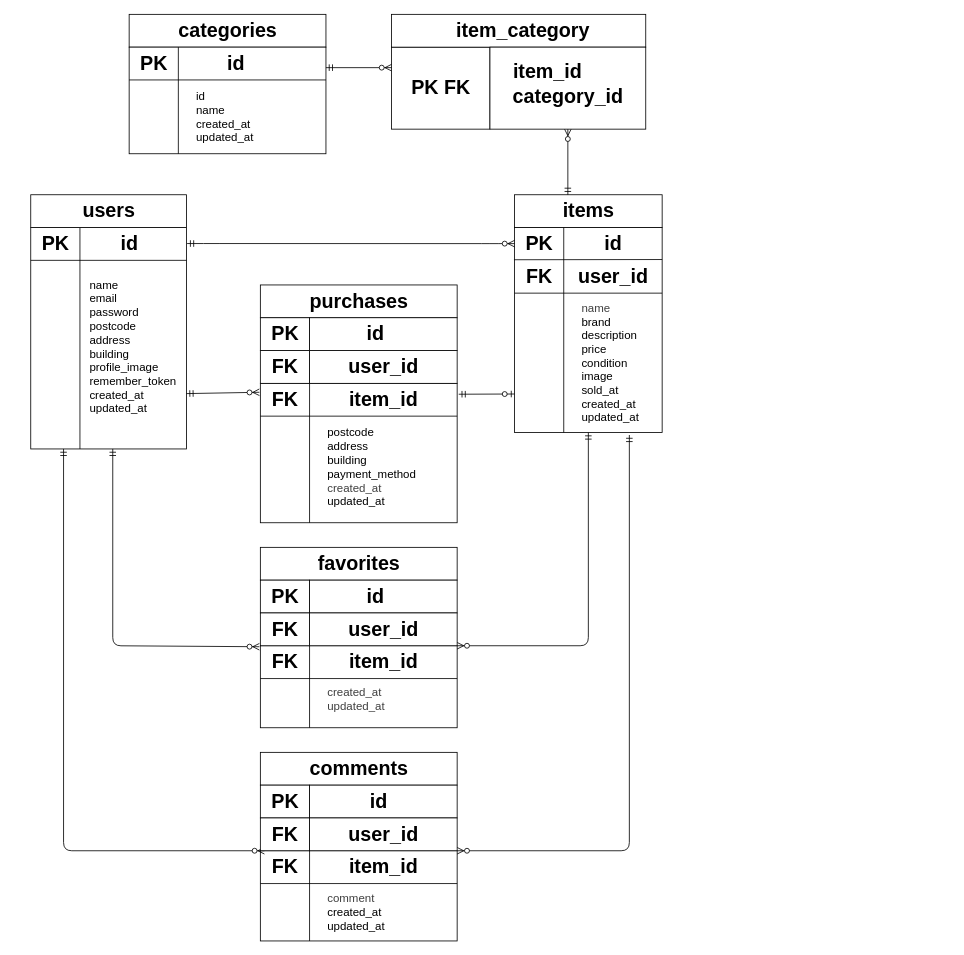
This is page "ER図" (2 of 2) of er.drawio from Ayumi1809/flea-market-app, a draw.io file, before an edit. Source tidied: cells renumbered, new cells numbered last; positions are measured from the earlier drawing's top-left corner, leaving out a move shared by most shapes. Both pictures are drawn from the tidied source at 82%, with x=0, y=0 at pixel (14, 14).
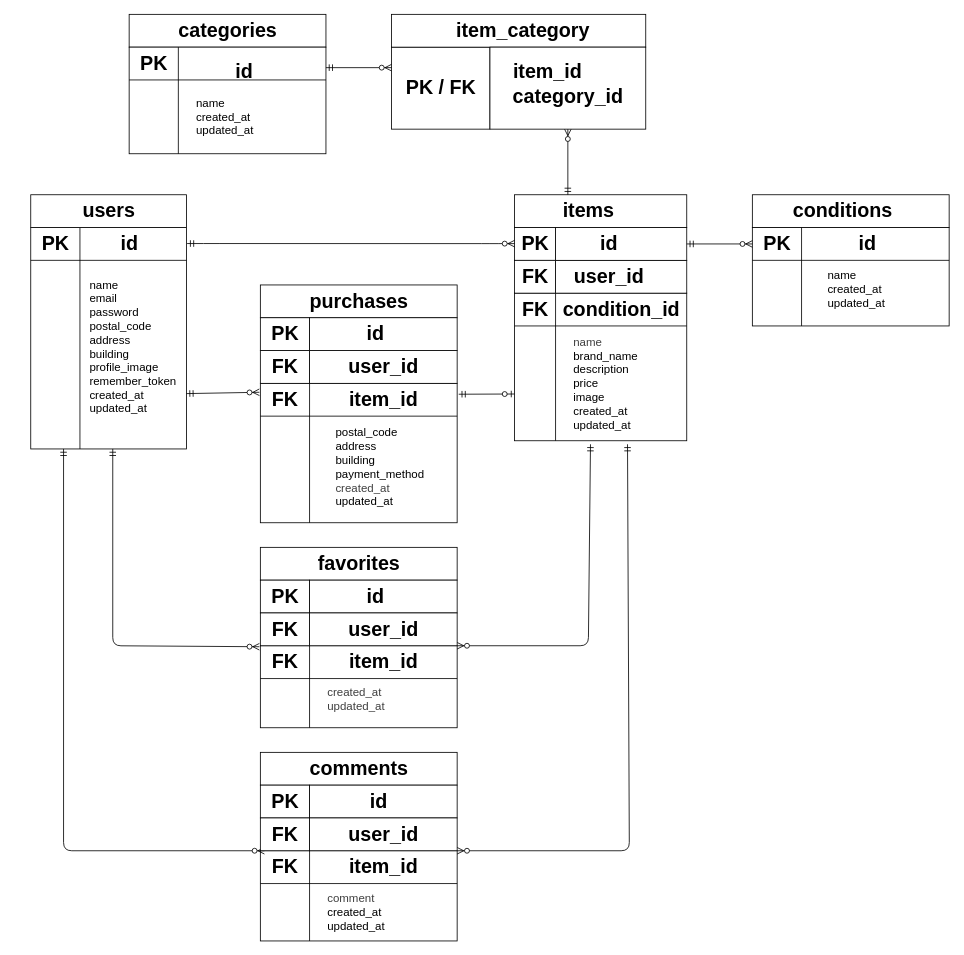
After the change.

The change refers to these unchanged cells:
```xml
<mxCell id="8" style="shape=internalStorage;whiteSpace=wrap;html=1;backgroundOutline=1;dx=60;dy=40;" parent="1" vertex="1">
  <mxGeometry x="300" y="1020" width="240" height="110" as="geometry" />
</mxCell>
<mxCell id="9" style="shape=internalStorage;whiteSpace=wrap;html=1;backgroundOutline=1;dx=60;dy=40;" parent="1" vertex="1">
  <mxGeometry x="300" y="770" width="240" height="100" as="geometry" />
</mxCell>
<mxCell id="11" style="shape=internalStorage;whiteSpace=wrap;html=1;backgroundOutline=1;dx=60;dy=40;" parent="1" vertex="1">
  <mxGeometry x="300" y="450" width="240" height="170" as="geometry" />
</mxCell>
```

Change to the diagram source:
```diff
@@
     <mxCell id="12" style="rounded=0;whiteSpace=wrap;html=1;" parent="1" vertex="1">
-      <mxGeometry x="610" y="220" width="180" height="40" as="geometry" />
+      <mxGeometry x="610" y="220" width="210" height="40" as="geometry" />
     </mxCell>
-    <mxCell id="13" style="shape=internalStorage;whiteSpace=wrap;html=1;backgroundOutline=1;dx=60;dy=80;" parent="1" vertex="1">
-      <mxGeometry x="610" y="260" width="180" height="250" as="geometry" />
+    <mxCell id="13" style="shape=internalStorage;whiteSpace=wrap;html=1;backgroundOutline=1;dx=50;dy=40;" parent="1" vertex="1">
+      <mxGeometry x="610" y="340" width="210" height="180" as="geometry" />
     </mxCell>
@@
-    <mxCell id="21" value="id" style="text;strokeColor=none;fillColor=none;html=1;fontSize=24;fontStyle=1;verticalAlign=middle;align=center;" parent="1" vertex="1">
-      <mxGeometry x="680" y="260" width="100" height="40" as="geometry" />
-    </mxCell>
@@
-    <mxCell id="23" value="id" style="text;strokeColor=none;fillColor=none;html=1;fontSize=24;fontStyle=1;verticalAlign=middle;align=center;" parent="1" vertex="1">
-      <mxGeometry x="220" y="40" width="100" height="40" as="geometry" />
-    </mxCell>
-    <mxCell id="24" value="&lt;div&gt;&lt;font style=&quot;font-size: 14px;&quot;&gt;name&lt;/font&gt;&lt;/div&gt;&lt;div&gt;&lt;font style=&quot;font-size: 14px;&quot;&gt;email&lt;/font&gt;&lt;/div&gt;&lt;div&gt;&lt;font style=&quot;font-size: 14px;&quot;&gt;password&lt;/font&gt;&lt;/div&gt;&lt;div&gt;&lt;font style=&quot;font-size: 14px;&quot;&gt;postcode&lt;/font&gt;&lt;/div&gt;&lt;div&gt;&lt;font style=&quot;font-size: 14px;&quot;&gt;address&lt;/font&gt;&lt;/div&gt;&lt;div&gt;&lt;font style=&quot;font-size: 14px;&quot;&gt;building&lt;/font&gt;&lt;/div&gt;&lt;div&gt;&lt;font style=&quot;font-size: 14px;&quot;&gt;profile_image&lt;/font&gt;&lt;/div&gt;&lt;div&gt;&lt;font style=&quot;font-size: 14px;&quot;&gt;remember_token&lt;/font&gt;&lt;/div&gt;&lt;div&gt;&lt;font style=&quot;font-size: 14px;&quot;&gt;created_at&lt;/font&gt;&lt;/div&gt;&lt;div&gt;&lt;font style=&quot;font-size: 14px;&quot;&gt;updated_at&lt;/font&gt;&lt;/div&gt;" style="text;html=1;align=left;verticalAlign=middle;whiteSpace=wrap;rounded=0;" parent="1" vertex="1">
+    <mxCell id="24" value="&lt;div&gt;&lt;font style=&quot;font-size: 14px;&quot;&gt;name&lt;/font&gt;&lt;/div&gt;&lt;div&gt;&lt;font style=&quot;font-size: 14px;&quot;&gt;email&lt;/font&gt;&lt;/div&gt;&lt;div&gt;&lt;font style=&quot;font-size: 14px;&quot;&gt;password&lt;/font&gt;&lt;/div&gt;&lt;div&gt;&lt;font style=&quot;font-size: 14px;&quot;&gt;postal_code&lt;/font&gt;&lt;/div&gt;&lt;div&gt;&lt;font style=&quot;font-size: 14px;&quot;&gt;address&lt;/font&gt;&lt;/div&gt;&lt;div&gt;&lt;font style=&quot;font-size: 14px;&quot;&gt;building&lt;/font&gt;&lt;/div&gt;&lt;div&gt;&lt;font style=&quot;font-size: 14px;&quot;&gt;profile_image&lt;/font&gt;&lt;/div&gt;&lt;div&gt;&lt;font style=&quot;font-size: 14px;&quot;&gt;remember_token&lt;/font&gt;&lt;/div&gt;&lt;div&gt;&lt;font style=&quot;font-size: 14px;&quot;&gt;created_at&lt;/font&gt;&lt;/div&gt;&lt;div&gt;&lt;font style=&quot;font-size: 14px;&quot;&gt;updated_at&lt;/font&gt;&lt;/div&gt;" style="text;html=1;align=left;verticalAlign=middle;whiteSpace=wrap;rounded=0;" parent="1" vertex="1">
       <mxGeometry x="90" y="390" width="60" height="30" as="geometry" />
     </mxCell>
-    <mxCell id="25" value="PK" style="text;strokeColor=none;fillColor=none;html=1;fontSize=24;fontStyle=1;verticalAlign=middle;align=center;" parent="1" vertex="1">
-      <mxGeometry x="590" y="260" width="100" height="40" as="geometry" />
-    </mxCell>
-    <mxCell id="26" value="&lt;div&gt;&lt;span style=&quot;color: rgb(63, 63, 63); background-color: transparent;&quot;&gt;name&lt;/span&gt;&lt;/div&gt;&lt;div&gt;brand&lt;/div&gt;&lt;div&gt;description&lt;/div&gt;&lt;div&gt;price&lt;/div&gt;&lt;div&gt;condition&lt;/div&gt;&lt;div&gt;image&lt;/div&gt;&lt;div&gt;sold_at&lt;/div&gt;&lt;div&gt;created_at&lt;/div&gt;&lt;div&gt;updated_at&lt;/div&gt;" style="text;html=1;align=left;verticalAlign=middle;whiteSpace=wrap;rounded=0;fontSize=14;" parent="1" vertex="1">
-      <mxGeometry x="690" y="410" width="60" height="30" as="geometry" />
+    <mxCell id="26" value="&lt;div&gt;&lt;span style=&quot;color: rgb(63, 63, 63); background-color: transparent;&quot;&gt;name&lt;/span&gt;&lt;/div&gt;&lt;div&gt;brand_name&lt;/div&gt;&lt;div&gt;description&lt;/div&gt;&lt;div&gt;price&lt;/div&gt;&lt;div&gt;image&lt;/div&gt;&lt;div&gt;created_at&lt;/div&gt;&lt;div&gt;updated_at&lt;/div&gt;" style="text;html=1;align=left;verticalAlign=middle;whiteSpace=wrap;rounded=0;fontSize=14;" parent="1" vertex="1">
+      <mxGeometry x="680" y="435" width="60" height="30" as="geometry" />
     </mxCell>
@@
-    <mxCell id="30" style="edgeStyle=entityRelationEdgeStyle;fontSize=12;html=1;endArrow=ERzeroToMany;startArrow=ERmandOne;exitX=1;exitY=0.296;exitDx=0;exitDy=0;exitPerimeter=0;entryX=-0.004;entryY=0.32;entryDx=0;entryDy=0;entryPerimeter=0;" parent="1" edge="1">
-      <mxGeometry relative="1" as="geometry">
-        <mxPoint x="210.7" y="279.5" as="sourcePoint" />
-        <mxPoint x="610" y="279.6" as="targetPoint" />
-      </mxGeometry>
-    </mxCell>
@@
-    <mxCell id="34" value="&lt;div&gt;&lt;br&gt;&lt;/div&gt;&lt;div&gt;&lt;font style=&quot;font-size: 14px;&quot;&gt;postcode&lt;/font&gt;&lt;/div&gt;&lt;div&gt;&lt;font style=&quot;font-size: 14px;&quot;&gt;address&lt;/font&gt;&lt;/div&gt;&lt;div&gt;&lt;font style=&quot;font-size: 14px;&quot;&gt;building&lt;/font&gt;&lt;/div&gt;&lt;div&gt;&lt;span style=&quot;font-size: 14px;&quot;&gt;payment_method&lt;/span&gt;&lt;/div&gt;&lt;div&gt;&lt;span style=&quot;color: rgb(63, 63, 63); font-size: 14px; background-color: transparent;&quot;&gt;created_at&lt;/span&gt;&lt;/div&gt;&lt;div&gt;&lt;font style=&quot;font-size: 14px;&quot;&gt;updated_at&lt;/font&gt;&lt;/div&gt;" style="text;html=1;align=left;verticalAlign=middle;whiteSpace=wrap;rounded=0;" parent="1" vertex="1">
-      <mxGeometry x="380" y="530" width="60" height="30" as="geometry" />
+    <mxCell id="34" value="&lt;div&gt;&lt;br&gt;&lt;/div&gt;&lt;div&gt;&lt;font style=&quot;font-size: 14px;&quot;&gt;postal_code&lt;/font&gt;&lt;/div&gt;&lt;div&gt;&lt;font style=&quot;font-size: 14px;&quot;&gt;address&lt;/font&gt;&lt;/div&gt;&lt;div&gt;&lt;font style=&quot;font-size: 14px;&quot;&gt;building&lt;/font&gt;&lt;/div&gt;&lt;div&gt;&lt;span style=&quot;font-size: 14px;&quot;&gt;payment_method&lt;/span&gt;&lt;/div&gt;&lt;div&gt;&lt;span style=&quot;color: rgb(63, 63, 63); font-size: 14px; background-color: transparent;&quot;&gt;created_at&lt;/span&gt;&lt;/div&gt;&lt;div&gt;&lt;font style=&quot;font-size: 14px;&quot;&gt;updated_at&lt;/font&gt;&lt;/div&gt;" style="text;html=1;align=left;verticalAlign=middle;whiteSpace=wrap;rounded=0;" parent="1" vertex="1">
+      <mxGeometry x="390" y="530" width="60" height="30" as="geometry" />
     </mxCell>
-    <mxCell id="35" style="fontSize=12;html=1;endArrow=ERzeroToMany;startArrow=ERmandOne;entryX=1;entryY=0;entryDx=0;entryDy=0;" parent="1" edge="1" target="9">
+    <mxCell id="35" style="fontSize=12;html=1;endArrow=ERzeroToMany;startArrow=ERmandOne;entryX=1;entryY=0;entryDx=0;entryDy=0;exitX=0.441;exitY=1.024;exitDx=0;exitDy=0;exitPerimeter=0;" parent="1" edge="1" source="13" target="9">
       <mxGeometry relative="1" as="geometry">
-        <mxPoint x="700" y="510" as="sourcePoint" />
         <Array as="points">
           <mxPoint x="700" y="770" />
         </Array>
       </mxGeometry>
     </mxCell>
-    <mxCell id="36" style="fontSize=12;html=1;endArrow=ERzeroToMany;startArrow=ERmandOne;entryX=1;entryY=0;entryDx=0;entryDy=0;" parent="1" edge="1" target="8">
+    <mxCell id="36" style="fontSize=12;html=1;endArrow=ERzeroToMany;startArrow=ERmandOne;entryX=1;entryY=0;entryDx=0;entryDy=0;exitX=0.656;exitY=1.024;exitDx=0;exitDy=0;exitPerimeter=0;" parent="1" edge="1" source="13" target="8">
       <mxGeometry relative="1" as="geometry">
-        <mxPoint x="750" y="513" as="sourcePoint" />
         <Array as="points">
           <mxPoint x="750" y="1020" />
         </Array>
       </mxGeometry>
     </mxCell>
@@
-    <mxCell id="39" value="&lt;font style=&quot;font-size: 14px;&quot;&gt;id&lt;/font&gt;&lt;div&gt;&lt;span style=&quot;font-size: 14px;&quot;&gt;name&lt;/span&gt;&lt;/div&gt;&lt;div&gt;&lt;span style=&quot;font-size: 14px;&quot;&gt;created_at&lt;/span&gt;&lt;/div&gt;&lt;div&gt;&lt;span style=&quot;font-size: 14px;&quot;&gt;updated_at&lt;/span&gt;&lt;/div&gt;" style="text;html=1;align=left;verticalAlign=middle;whiteSpace=wrap;rounded=0;" parent="1" vertex="1">
+    <mxCell id="39" value="&lt;div&gt;&lt;span style=&quot;font-size: 14px;&quot;&gt;name&lt;/span&gt;&lt;/div&gt;&lt;div&gt;&lt;span style=&quot;font-size: 14px;&quot;&gt;created_at&lt;/span&gt;&lt;/div&gt;&lt;div&gt;&lt;span style=&quot;font-size: 14px;&quot;&gt;updated_at&lt;/span&gt;&lt;/div&gt;" style="text;html=1;align=left;verticalAlign=middle;whiteSpace=wrap;rounded=0;" parent="1" vertex="1">
       <mxGeometry x="220" y="110" width="60" height="30" as="geometry" />
     </mxCell>
-    <mxCell id="40" value="PK FK" style="text;strokeColor=none;fillColor=none;html=1;fontSize=24;fontStyle=1;verticalAlign=middle;align=center;" parent="1" vertex="1">
+    <mxCell id="40" value="PK / FK" style="text;strokeColor=none;fillColor=none;html=1;fontSize=24;fontStyle=1;verticalAlign=middle;align=center;" parent="1" vertex="1">
       <mxGeometry x="470" y="70" width="100" height="40" as="geometry" />
     </mxCell>
-    <mxCell id="41" style="fontSize=12;html=1;endArrow=ERzeroToOne;startArrow=ERmandOne;exitX=1.008;exitY=0.078;exitDx=0;exitDy=0;exitPerimeter=0;" parent="1" edge="1" source="11">
-      <mxGeometry relative="1" as="geometry">
-        <mxPoint x="610" y="463" as="targetPoint" />
-      </mxGeometry>
-    </mxCell>
@@
-    <mxCell id="46" value="user_id" style="text;strokeColor=none;fillColor=none;html=1;fontSize=24;fontStyle=1;verticalAlign=middle;align=center;" parent="1" vertex="1">
-      <mxGeometry x="680" y="300" width="100" height="40" as="geometry" />
-    </mxCell>
-    <mxCell id="47" value="FK" style="text;strokeColor=none;fillColor=none;html=1;fontSize=24;fontStyle=1;verticalAlign=middle;align=center;" parent="1" vertex="1">
-      <mxGeometry x="590" y="300" width="100" height="40" as="geometry" />
-    </mxCell>
-    <mxCell id="48" style="endArrow=none;html=1;exitX=-0.004;exitY=0.157;exitDx=0;exitDy=0;exitPerimeter=0;" parent="1" edge="1" source="13">
-      <mxGeometry relative="1" as="geometry">
-        <mxPoint x="790" y="299" as="targetPoint" />
-      </mxGeometry>
-    </mxCell>
@@
+    <mxCell id="81" style="rounded=0;whiteSpace=wrap;html=1;" parent="1" vertex="1">
+      <mxGeometry x="900" y="220" width="240" height="40" as="geometry" />
+    </mxCell>
+    <mxCell id="82" style="shape=internalStorage;whiteSpace=wrap;html=1;backgroundOutline=1;dx=60;dy=40;" parent="1" vertex="1">
+      <mxGeometry x="900" y="260" width="240" height="120" as="geometry" />
+    </mxCell>
+    <mxCell id="83" value="PK" style="text;strokeColor=none;fillColor=none;html=1;fontSize=24;fontStyle=1;verticalAlign=middle;align=center;" parent="1" vertex="1">
+      <mxGeometry x="880" y="260" width="100" height="40" as="geometry" />
+    </mxCell>
+    <mxCell id="84" value="id" style="text;strokeColor=none;fillColor=none;html=1;fontSize=24;fontStyle=1;verticalAlign=middle;align=center;" parent="1" vertex="1">
+      <mxGeometry x="230" y="50" width="100" height="40" as="geometry" />
+    </mxCell>
+    <mxCell id="23" value="id" style="text;strokeColor=none;fillColor=none;html=1;fontSize=24;fontStyle=1;verticalAlign=middle;align=center;" parent="1" vertex="1">
+      <mxGeometry x="990" y="260" width="100" height="40" as="geometry" />
+    </mxCell>
+    <mxCell id="85" value="conditions" style="text;strokeColor=none;fillColor=none;html=1;fontSize=24;fontStyle=1;verticalAlign=middle;align=center;" parent="1" vertex="1">
+      <mxGeometry x="960" y="220" width="100" height="40" as="geometry" />
+    </mxCell>
+    <mxCell id="86" value="&lt;div&gt;&lt;span style=&quot;font-size: 14px;&quot;&gt;name&lt;/span&gt;&lt;/div&gt;&lt;div&gt;&lt;span style=&quot;font-size: 14px;&quot;&gt;created_at&lt;/span&gt;&lt;/div&gt;&lt;div&gt;&lt;span style=&quot;font-size: 14px;&quot;&gt;updated_at&lt;/span&gt;&lt;/div&gt;" style="text;html=1;align=left;verticalAlign=middle;whiteSpace=wrap;rounded=0;" parent="1" vertex="1">
+      <mxGeometry x="990" y="320" width="60" height="30" as="geometry" />
+    </mxCell>
+    <mxCell id="87" style="rounded=0;whiteSpace=wrap;html=1;" parent="1" vertex="1">
+      <mxGeometry x="660" y="300" width="160" height="40" as="geometry" />
+    </mxCell>
+    <mxCell id="88" style="rounded=0;whiteSpace=wrap;html=1;" parent="1" vertex="1">
+      <mxGeometry x="660" y="260" width="160" height="40" as="geometry" />
+    </mxCell>
+    <mxCell id="89" style="rounded=0;whiteSpace=wrap;html=1;" parent="1" vertex="1">
+      <mxGeometry x="610" y="260" width="50" height="40" as="geometry" />
+    </mxCell>
+    <mxCell id="90" style="rounded=0;whiteSpace=wrap;html=1;" parent="1" vertex="1">
+      <mxGeometry x="610" y="300" width="50" height="40" as="geometry" />
+    </mxCell>
+    <mxCell id="30" style="edgeStyle=entityRelationEdgeStyle;fontSize=12;html=1;endArrow=ERzeroToMany;startArrow=ERmandOne;exitX=1;exitY=0.296;exitDx=0;exitDy=0;exitPerimeter=0;entryX=-0.004;entryY=0.32;entryDx=0;entryDy=0;entryPerimeter=0;" parent="1" edge="1">
+      <mxGeometry relative="1" as="geometry">
+        <mxPoint x="210.7" y="279.5" as="sourcePoint" />
+        <mxPoint x="610" y="279.6" as="targetPoint" />
+      </mxGeometry>
+    </mxCell>
+    <mxCell id="41" style="fontSize=12;html=1;endArrow=ERzeroToOne;startArrow=ERmandOne;exitX=1.008;exitY=0.078;exitDx=0;exitDy=0;exitPerimeter=0;" parent="1" edge="1" source="11">
+      <mxGeometry relative="1" as="geometry">
+        <mxPoint x="610" y="463" as="targetPoint" />
+      </mxGeometry>
+    </mxCell>
+    <mxCell id="25" value="PK" style="text;strokeColor=none;fillColor=none;html=1;fontSize=24;fontStyle=1;verticalAlign=middle;align=center;" parent="1" vertex="1">
+      <mxGeometry x="585" y="260" width="100" height="40" as="geometry" />
+    </mxCell>
+    <mxCell id="91" value="FK" style="text;strokeColor=none;fillColor=none;html=1;fontSize=24;fontStyle=1;verticalAlign=middle;align=center;" parent="1" vertex="1">
+      <mxGeometry x="585" y="300" width="100" height="40" as="geometry" />
+    </mxCell>
+    <mxCell id="47" value="FK" style="text;strokeColor=none;fillColor=none;html=1;fontSize=24;fontStyle=1;verticalAlign=middle;align=center;" parent="1" vertex="1">
+      <mxGeometry x="585" y="340" width="100" height="40" as="geometry" />
+    </mxCell>
+    <mxCell id="92" value="condition_id" style="text;strokeColor=none;fillColor=none;html=1;fontSize=24;fontStyle=1;verticalAlign=middle;align=center;" parent="1" vertex="1">
+      <mxGeometry x="690" y="340" width="100" height="40" as="geometry" />
+    </mxCell>
+    <mxCell id="46" value="user_id" style="text;strokeColor=none;fillColor=none;html=1;fontSize=24;fontStyle=1;verticalAlign=middle;align=center;" parent="1" vertex="1">
+      <mxGeometry x="675" y="300" width="100" height="40" as="geometry" />
+    </mxCell>
+    <mxCell id="21" value="id" style="text;strokeColor=none;fillColor=none;html=1;fontSize=24;fontStyle=1;verticalAlign=middle;align=center;" parent="1" vertex="1">
+      <mxGeometry x="675" y="260" width="100" height="40" as="geometry" />
+    </mxCell>
+    <mxCell id="93" style="fontSize=12;html=1;endArrow=ERzeroToMany;startArrow=ERmandOne;exitX=1;exitY=0.5;exitDx=0;exitDy=0;entryX=0.2;entryY=0.5;entryDx=0;entryDy=0;entryPerimeter=0;" parent="1" edge="1" source="88" target="83">
+      <mxGeometry relative="1" as="geometry" />
+    </mxCell>
```
